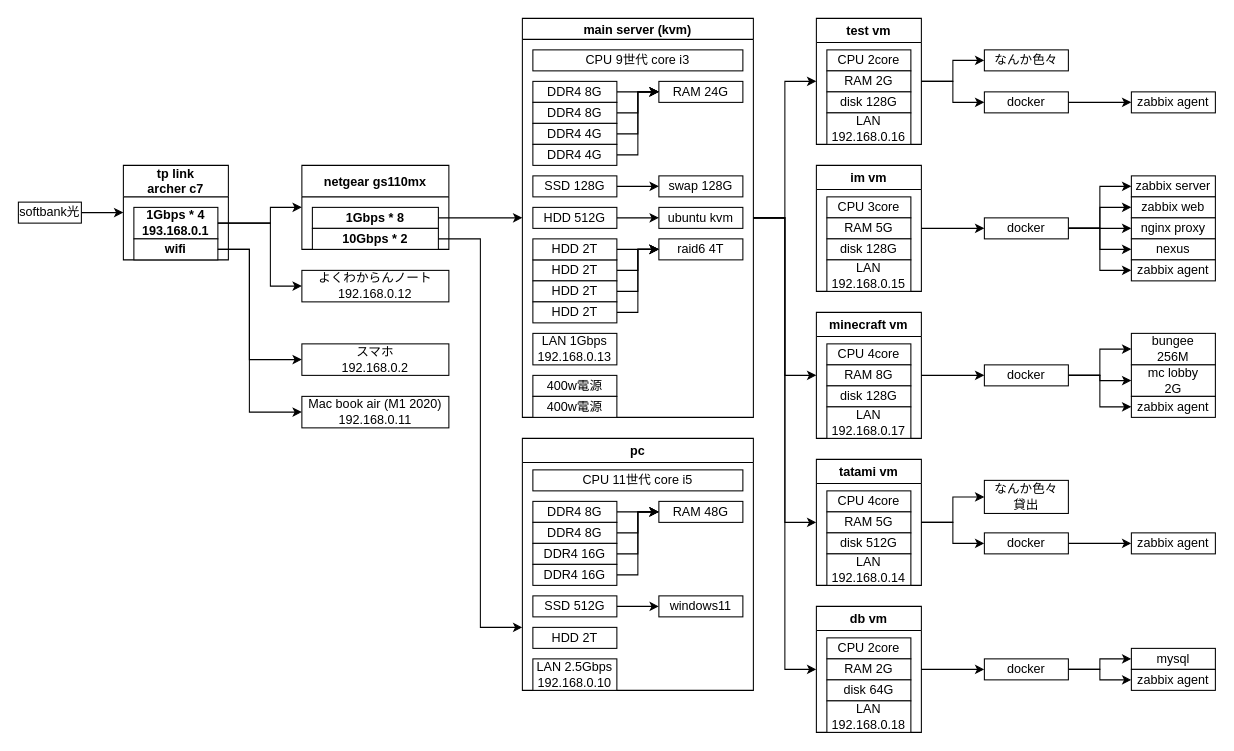
Before: page "ページ1" (1 of 2) of config.dio in kigawa01/kigawa01, a draw.io diagram. Source tidied: cells renumbered, new cells numbered last; positions are measured from the earlier drawing's top-left corner, leaving out a move shared by most shapes. Both pictures are drawn from the tidied source at 105%, with x=0, y=0 at pixel (18, 18).
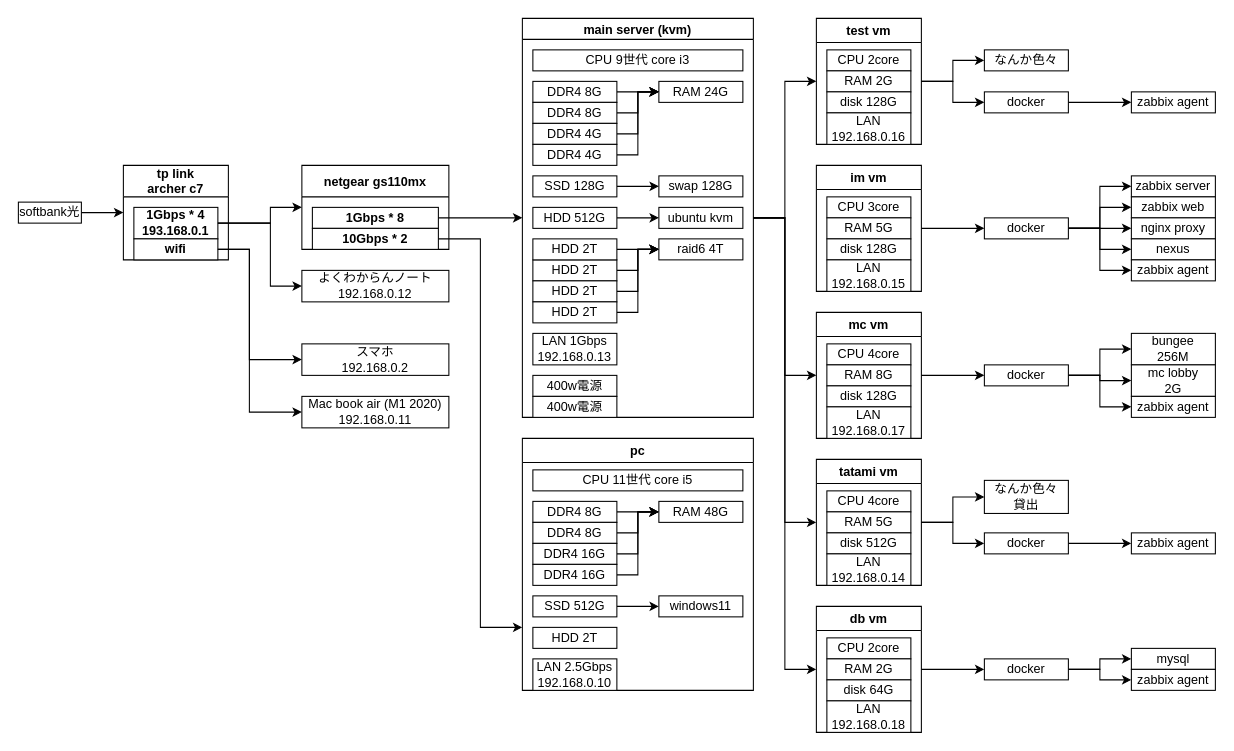
After the change.

What changed in the source:
```diff
@@
-    <mxCell id="67" value="minecraft vm" style="swimlane;shadow=0;sketch=0;" parent="1" vertex="1">
+    <mxCell id="67" value="mc vm" style="swimlane;shadow=0;sketch=0;startSize=23;" parent="1" vertex="1">
       <mxGeometry x="760" y="280" width="100" height="120" as="geometry" />
     </mxCell>
```
